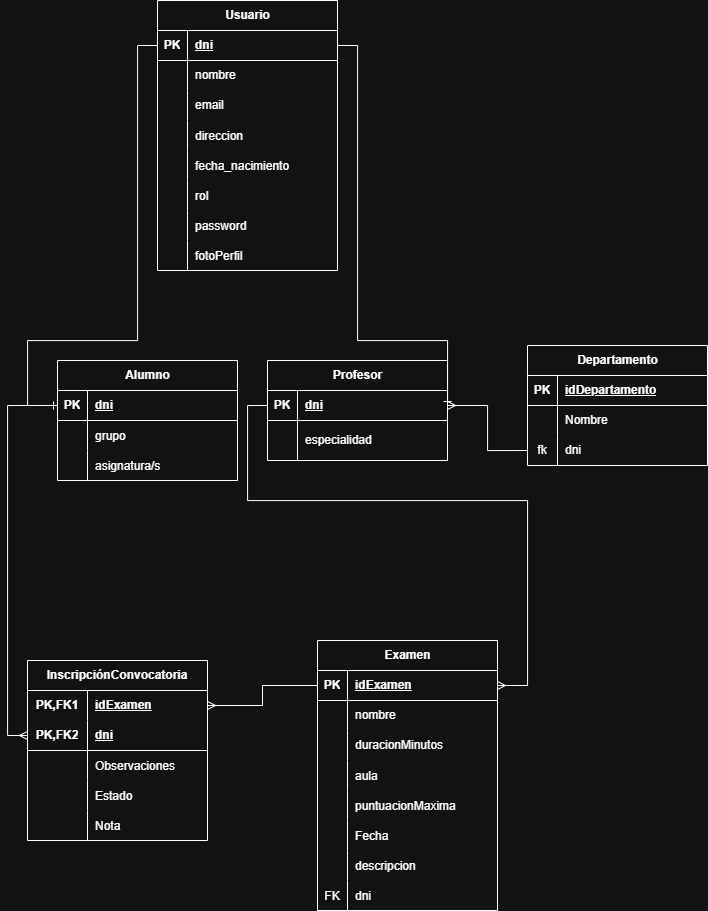
JTPLOP/ExamTrack keeps this draw.io diagram as Documentacion/Diagramas/ExamTrack - Diagrama.png. Above is the earlier version. Source tidied: cells renumbered, new cells last; positions are measured from the earlier drawing's top-left corner, leaving out a move shared by most shapes.
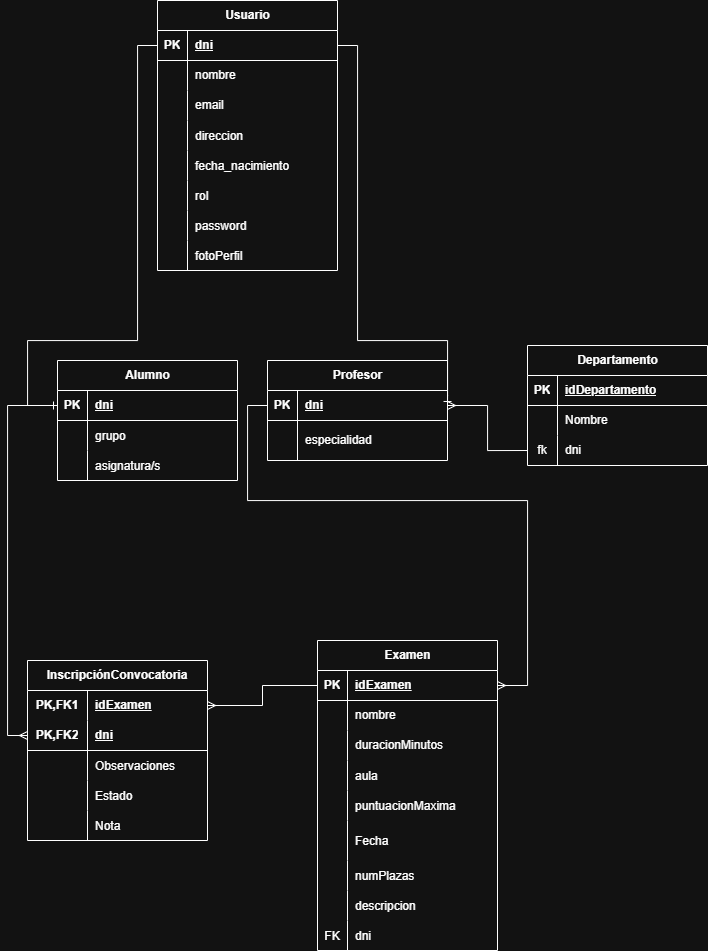
After the commit.

Diff of the diagram source:
```diff
@@ -3,7 +3,7 @@
     <mxCell id="0" />
     <mxCell id="1" parent="0" />
     <mxCell id="2" value="Examen" style="shape=table;startSize=30;rowLines=0;fontStyle=1;align=center;html=1;" parent="1" vertex="1">
-      <mxGeometry x="290" y="640" width="180" height="270" as="geometry" />
+      <mxGeometry x="290" y="640" width="180" height="310" as="geometry" />
     </mxCell>
     <mxCell id="3" style="shape=tableRow;horizontal=0;startSize=0;swimlaneHead=0;swimlaneBody=0;fillColor=none;points=[[0,0.5],[1,0.5]];portConstraint=eastwest;top=0;left=0;right=0;bottom=1;" parent="2" vertex="1">
       <mxGeometry y="30" width="180" height="30" as="geometry" />
@@ -51,16 +51,25 @@
       <mxGeometry x="30" width="150" height="30" as="geometry" />
     </mxCell>
     <mxCell id="18" style="shape=tableRow;horizontal=0;startSize=0;swimlaneHead=0;swimlaneBody=0;fillColor=none;top=0;left=0;right=0;bottom=0;" parent="2" vertex="1">
-      <mxGeometry y="180" width="180" height="30" as="geometry" />
+      <mxGeometry y="180" width="180" height="40" as="geometry" />
     </mxCell>
     <mxCell id="19" style="shape=partialRectangle;fillColor=none;top=0;left=0;bottom=0;right=0;overflow=hidden;" parent="18" vertex="1">
-      <mxGeometry width="30" height="30" as="geometry" />
+      <mxGeometry width="30" height="40" as="geometry" />
     </mxCell>
     <mxCell id="20" value="Fecha" style="shape=partialRectangle;fillColor=none;top=0;left=0;bottom=0;right=0;align=left;spacingLeft=6;overflow=hidden;" parent="18" vertex="1">
-      <mxGeometry x="30" width="150" height="30" as="geometry" />
+      <mxGeometry x="30" width="150" height="40" as="geometry" />
     </mxCell>
+    <mxCell id="101" style="shape=tableRow;horizontal=0;startSize=0;swimlaneHead=0;swimlaneBody=0;fillColor=none;top=0;left=0;right=0;bottom=0;" parent="2" vertex="1">
+      <mxGeometry y="220" width="180" height="30" as="geometry" />
+    </mxCell>
+    <mxCell id="102" style="shape=partialRectangle;fillColor=none;top=0;left=0;bottom=0;right=0;overflow=hidden;" parent="101" vertex="1">
+      <mxGeometry width="30" height="30" as="geometry" />
+    </mxCell>
+    <mxCell id="103" value="numPlazas" style="shape=partialRectangle;fillColor=none;top=0;left=0;bottom=0;right=0;align=left;spacingLeft=6;overflow=hidden;" parent="101" vertex="1">
+      <mxGeometry x="30" width="150" height="30" as="geometry" />
+    </mxCell>
     <mxCell id="21" style="shape=tableRow;horizontal=0;startSize=0;swimlaneHead=0;swimlaneBody=0;fillColor=none;top=0;left=0;right=0;bottom=0;" parent="2" vertex="1">
-      <mxGeometry y="210" width="180" height="30" as="geometry" />
+      <mxGeometry y="250" width="180" height="30" as="geometry" />
     </mxCell>
     <mxCell id="22" style="shape=partialRectangle;fillColor=none;top=0;left=0;bottom=0;right=0;overflow=hidden;" parent="21" vertex="1">
       <mxGeometry width="30" height="30" as="geometry" />
@@ -69,7 +78,7 @@
       <mxGeometry x="30" width="150" height="30" as="geometry" />
     </mxCell>
     <mxCell id="24" style="shape=tableRow;horizontal=0;startSize=0;swimlaneHead=0;swimlaneBody=0;fillColor=none;top=0;left=0;right=0;bottom=0;" parent="2" vertex="1">
-      <mxGeometry y="240" width="180" height="30" as="geometry" />
+      <mxGeometry y="280" width="180" height="30" as="geometry" />
     </mxCell>
     <mxCell id="25" value="FK" style="shape=partialRectangle;fillColor=none;top=0;left=0;bottom=0;right=0;overflow=hidden;" parent="24" vertex="1">
       <mxGeometry width="30" height="30" as="geometry" />
```
